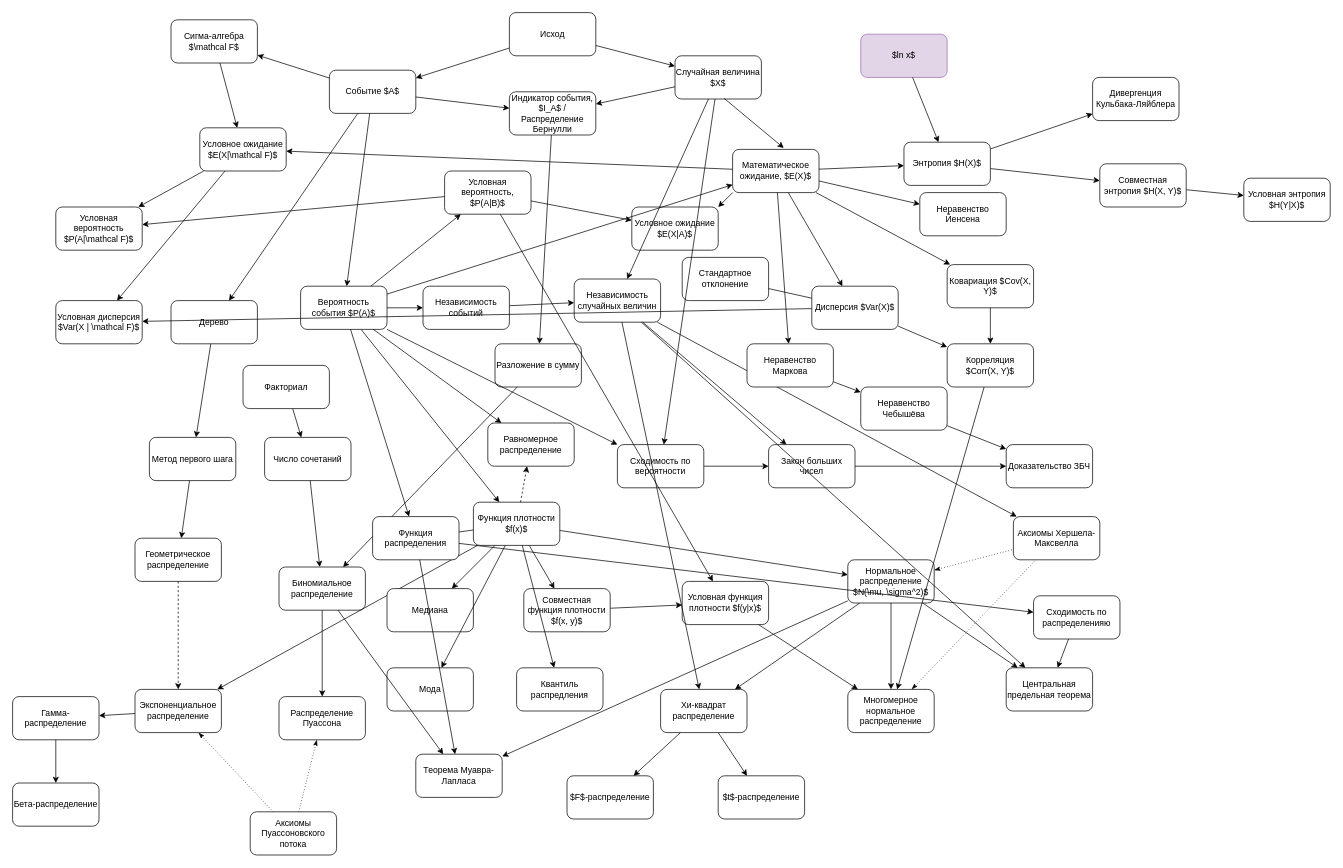
The draw.io diagram probability_map.drawio in bdemeshev/probability_map, before the edit. Source tidied: cells renumbered, new cells numbered last; positions are measured from the earlier drawing's top-left corner, leaving out a move shared by most shapes. Both pictures are drawn from the tidied source at 72%, with x=0, y=0 at pixel (12, 12).
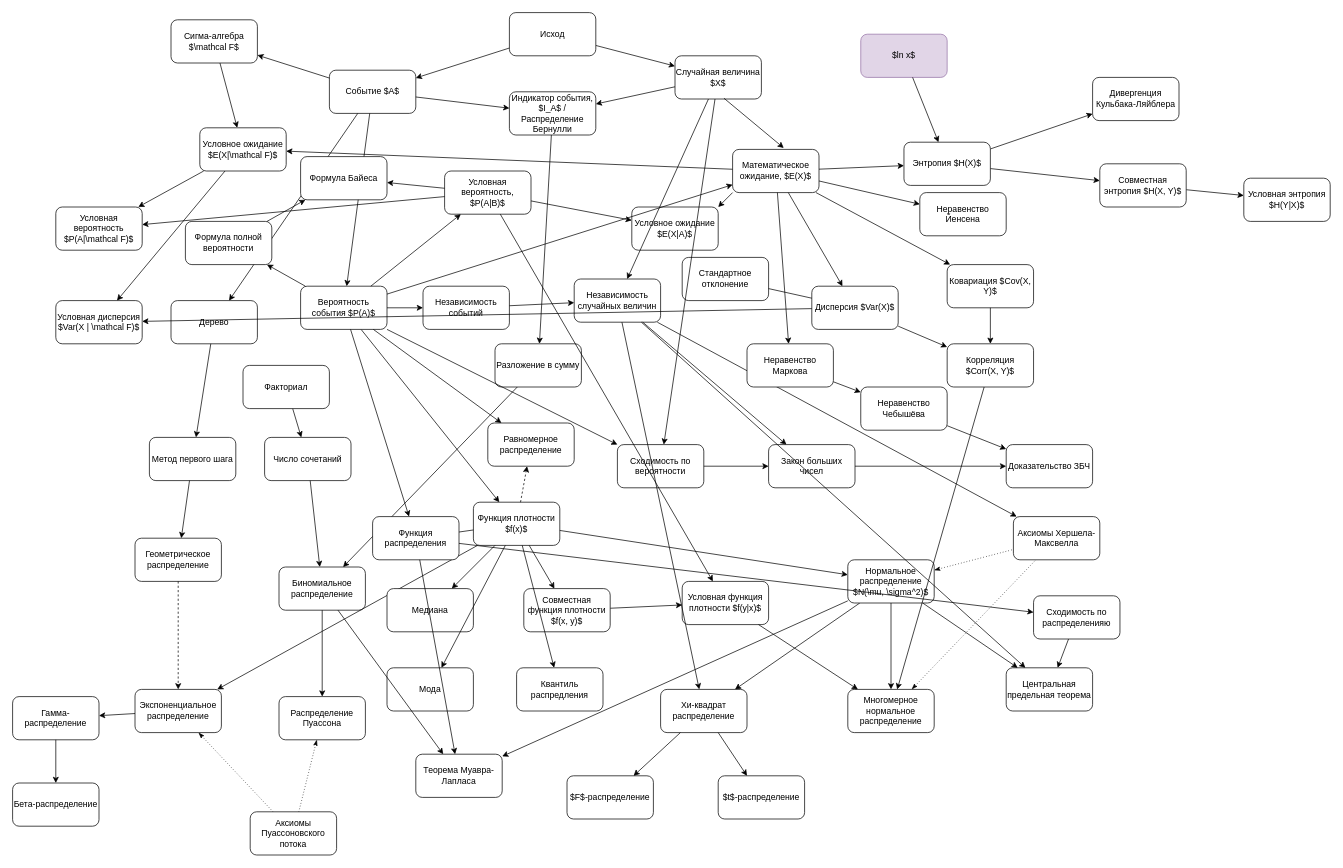
The same diagram, later.

Commit message:
bayes formula

The change refers to these unchanged cells:
```xml
<mxCell id="9" value="Вероятность события $P(A)$" style="rounded=1;whiteSpace=wrap;html=1;" parent="1" vertex="1">
  <mxGeometry x="400" y="380" width="120" height="60" as="geometry" />
</mxCell>
<mxCell id="11" value="Условная вероятность, $P(A|B)$" style="rounded=1;whiteSpace=wrap;html=1;" parent="1" vertex="1">
  <mxGeometry x="600" y="220" width="120" height="60" as="geometry" />
</mxCell>
```

What changed in the source:
```diff
@@
+    <mxCell id="142" value="Формула полной вероятности" style="rounded=1;whiteSpace=wrap;html=1;" parent="1" vertex="1">
+      <mxGeometry x="240" y="290" width="120" height="60" as="geometry" />
+    </mxCell>
+    <mxCell id="143" value="Формула Байеса" style="rounded=1;whiteSpace=wrap;html=1;" parent="1" vertex="1">
+      <mxGeometry x="400" y="200" width="120" height="60" as="geometry" />
+    </mxCell>
+    <mxCell id="144" style="endArrow=classic;html=1;" parent="1" edge="1" source="9" target="142">
+      <mxGeometry relative="1" as="geometry" />
+    </mxCell>
+    <mxCell id="145" style="endArrow=classic;html=1;" parent="1" edge="1" source="11" target="143">
+      <mxGeometry relative="1" as="geometry" />
+    </mxCell>
+    <mxCell id="146" style="endArrow=classic;html=1;" parent="1" edge="1" source="142" target="143">
+      <mxGeometry relative="1" as="geometry" />
+    </mxCell>
```
